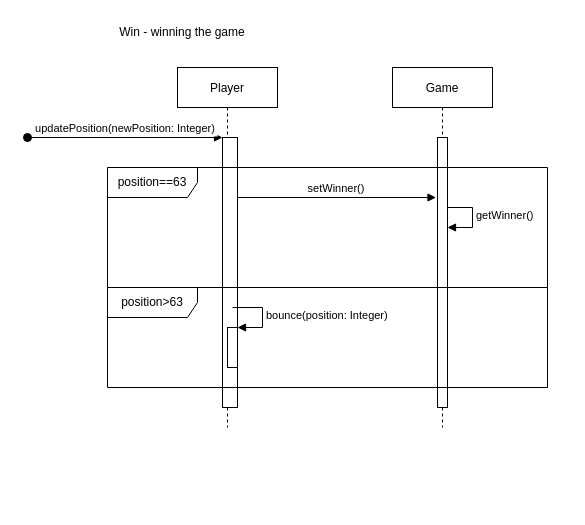
The draw.io diagram Diagrams/Sequence Diagrams/TheGooseGame_SD_win.drawio in diegorodolfofranco/the-goose-game, before the edit. Source tidied: cells renumbered, new cells numbered last; positions are measured from the earlier drawing's top-left corner, leaving out a move shared by most shapes. Both pictures are drawn from the tidied source at 100%, with x=0, y=0 at pixel (27, 17).
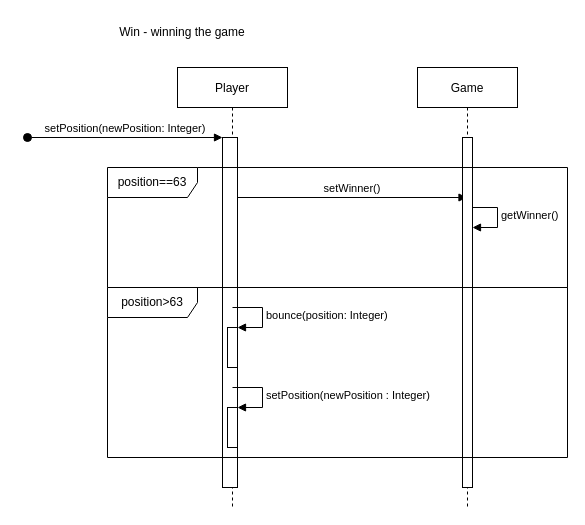
The same page after the edit.

Diff of the diagram source:
```diff
@@
     <mxCell id="2" value="Player" style="shape=umlLifeline;perimeter=lifelinePerimeter;rounded=0;shadow=0;strokeWidth=1;" parent="1" vertex="1">
-      <mxGeometry x="150" y="50" width="100" height="360" as="geometry" />
+      <mxGeometry x="150" y="50" width="110" height="440" as="geometry" />
     </mxCell>
     <mxCell id="3" style="points=[];perimeter=orthogonalPerimeter;rounded=0;shadow=0;strokeWidth=1;" parent="2" vertex="1">
-      <mxGeometry x="45" y="70" width="15" height="270" as="geometry" />
+      <mxGeometry x="45" y="70" width="15" height="350" as="geometry" />
     </mxCell>
-    <mxCell id="4" value="updatePosition(newPosition: Integer)" style="verticalAlign=bottom;startArrow=oval;endArrow=block;startSize=8;shadow=0;strokeWidth=1;" parent="2" edge="1" target="3">
+    <mxCell id="4" value="setPosition(newPosition: Integer)" style="verticalAlign=bottom;startArrow=oval;endArrow=block;startSize=8;shadow=0;strokeWidth=1;" parent="2" edge="1" target="3">
       <mxGeometry relative="1" as="geometry">
         <mxPoint x="-150" y="70" as="sourcePoint" />
       </mxGeometry>
     </mxCell>
-    <mxCell id="5" value="setWinner()" style="verticalAlign=bottom;endArrow=block;entryX=-0.01;entryY=0.064;shadow=0;strokeWidth=1;entryDx=0;entryDy=0;entryPerimeter=0;" parent="2" edge="1">
+    <mxCell id="5" value="setWinner()" style="verticalAlign=bottom;endArrow=block;shadow=0;strokeWidth=1;" parent="2" edge="1" target="10">
       <mxGeometry relative="1" as="geometry">
         <mxPoint x="60" y="130" as="sourcePoint" />
-        <mxPoint x="258.5" y="130" as="targetPoint" />
       </mxGeometry>
     </mxCell>
     <mxCell id="6" style="html=1;points=[];perimeter=orthogonalPerimeter;" parent="2" vertex="1">
-      <mxGeometry x="260" y="160" width="10" height="40" as="geometry" />
+      <mxGeometry x="285" y="160" width="10" height="40" as="geometry" />
     </mxCell>
     <mxCell id="7" value="getWinner()" style="edgeStyle=orthogonalEdgeStyle;html=1;align=left;spacingLeft=2;endArrow=block;rounded=0;entryX=1;entryY=0;" parent="2" edge="1" target="6">
       <mxGeometry relative="1" as="geometry">
-        <mxPoint x="265" y="140" as="sourcePoint" />
+        <mxPoint x="290" y="140" as="sourcePoint" />
         <Array as="points">
-          <mxPoint x="295" y="140" />
+          <mxPoint x="320" y="140" />
         </Array>
       </mxGeometry>
     </mxCell>
@@
+    <mxCell id="15" style="html=1;points=[];perimeter=orthogonalPerimeter;" parent="2" vertex="1">
+      <mxGeometry x="50" y="340" width="10" height="40" as="geometry" />
+    </mxCell>
+    <mxCell id="16" value="setPosition(newPosition : Integer)" style="edgeStyle=orthogonalEdgeStyle;html=1;align=left;spacingLeft=2;endArrow=block;rounded=0;entryX=1;entryY=0;" parent="2" edge="1" target="15">
+      <mxGeometry relative="1" as="geometry">
+        <mxPoint x="55" y="320" as="sourcePoint" />
+        <Array as="points">
+          <mxPoint x="85" y="320" />
+        </Array>
+      </mxGeometry>
+    </mxCell>
     <mxCell id="10" value="Game" style="shape=umlLifeline;perimeter=lifelinePerimeter;rounded=0;shadow=0;strokeWidth=1;" parent="1" vertex="1">
-      <mxGeometry x="365" y="50" width="100" height="360" as="geometry" />
+      <mxGeometry x="390" y="50" width="100" height="440" as="geometry" />
     </mxCell>
     <mxCell id="11" style="perimeter=orthogonalPerimeter;rounded=0;shadow=0;strokeWidth=1;" parent="10" vertex="1">
-      <mxGeometry x="45" y="70" width="10" height="270" as="geometry" />
+      <mxGeometry x="45" y="70" width="10" height="350" as="geometry" />
     </mxCell>
@@
+    <mxCell id="14" value="position==63" style="shape=umlFrame;whiteSpace=wrap;html=1;width=90;height=30;" parent="1" vertex="1">
+      <mxGeometry x="80" y="150" width="460" height="120" as="geometry" />
+    </mxCell>
     <mxCell id="13" value="position&amp;gt;63" style="shape=umlFrame;whiteSpace=wrap;html=1;width=90;height=30;" parent="1" vertex="1">
-      <mxGeometry x="80" y="270" width="440" height="100" as="geometry" />
+      <mxGeometry x="80" y="270" width="460" height="170" as="geometry" />
     </mxCell>
-    <mxCell id="14" value="position==63" style="shape=umlFrame;whiteSpace=wrap;html=1;width=90;height=30;" parent="1" vertex="1">
-      <mxGeometry x="80" y="150" width="440" height="120" as="geometry" />
-    </mxCell>
```
